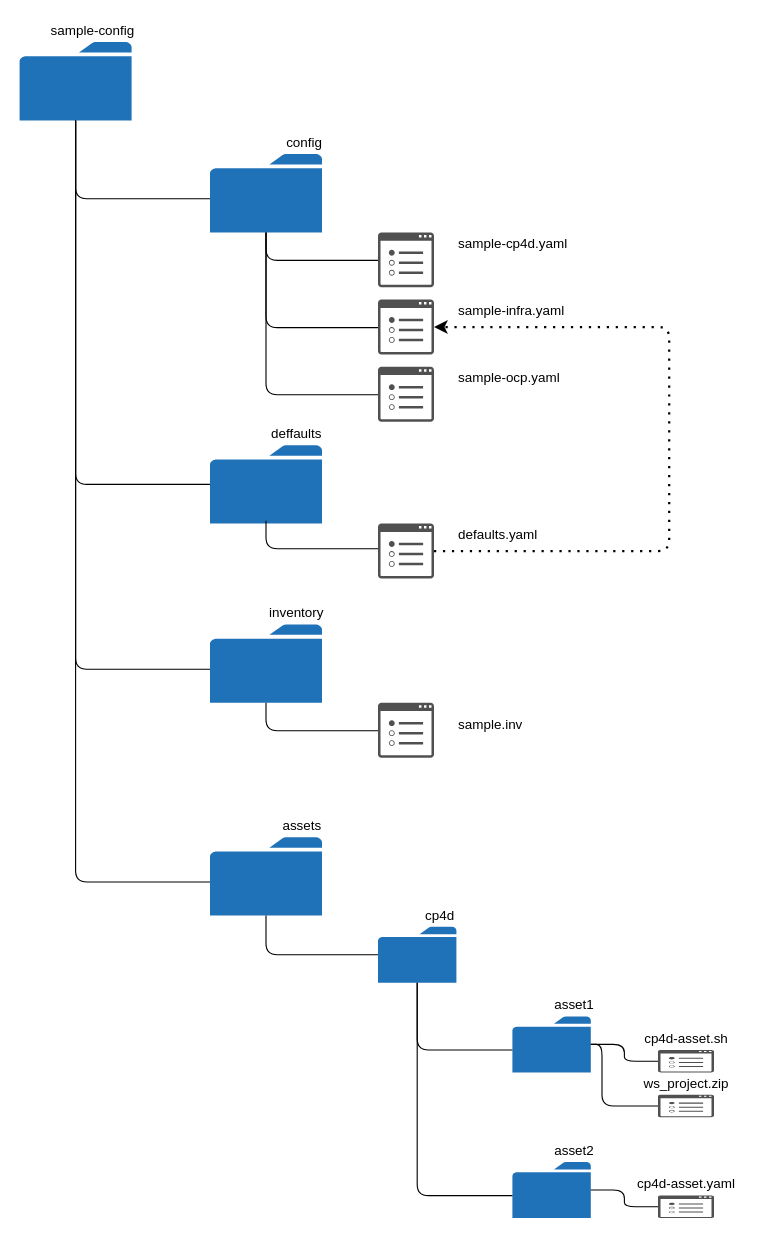
IBM/cloud-pak-deployer keeps this draw.io diagram as doc/src/pages/cp-deploy/configure/directory-structure.drawio. Above is the earlier version. Source tidied: cells renumbered, new cells numbered last; positions are measured from the earlier drawing's top-left corner, leaving out a move shared by most shapes. Both pictures are drawn from the tidied source at 112%, with x=0, y=0 at pixel (19, 19).
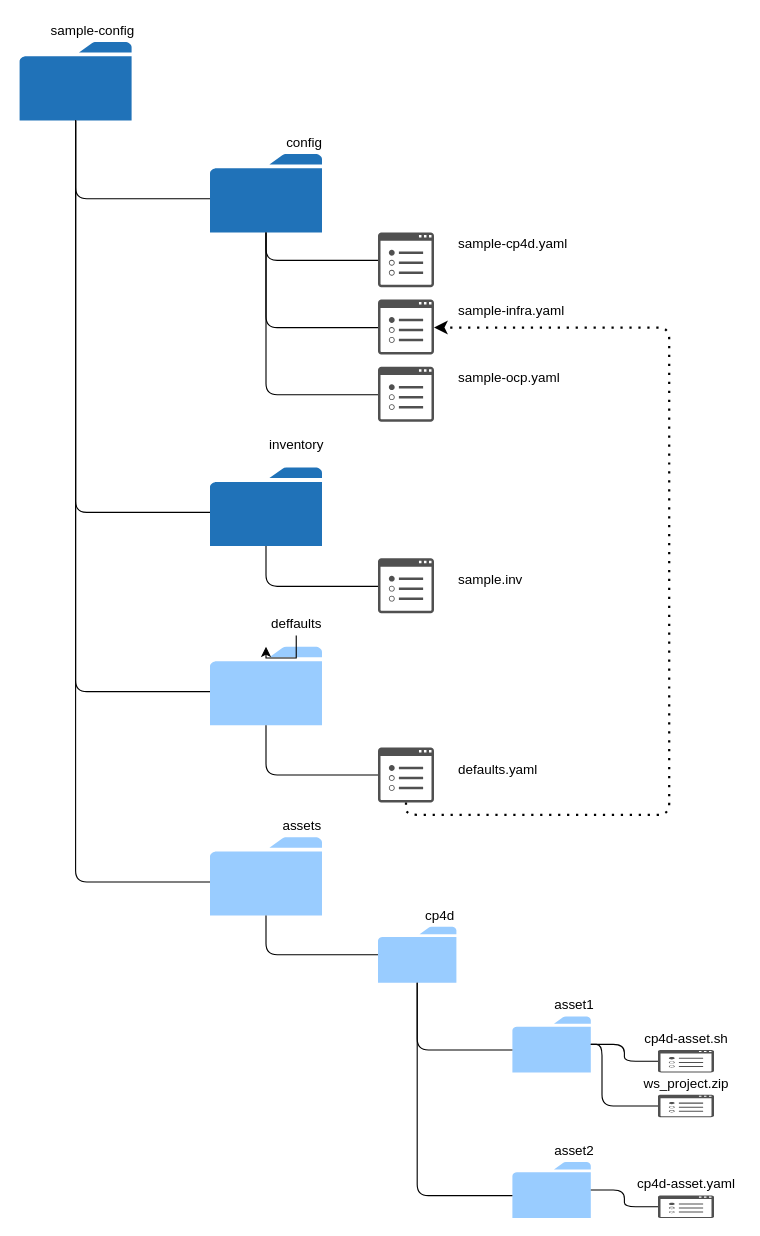
The same diagram, later.

Commit message (it also covers changes not shown here):
Make defaults directory optional

The change refers to these unchanged cells:
```xml
<mxCell id="2" style="sketch=0;shadow=0;dashed=0;html=1;strokeColor=none;labelPosition=center;verticalLabelPosition=bottom;verticalAlign=top;outlineConnect=0;align=center;shape=mxgraph.office.concepts.folder;fillColor=#2072B8;" parent="1" vertex="1">
  <mxGeometry y="20" width="100" height="70" as="geometry" />
</mxCell>
<mxCell id="7" style="sketch=0;shadow=0;dashed=0;html=1;strokeColor=none;fillColor=#505050;labelPosition=center;verticalLabelPosition=bottom;verticalAlign=top;outlineConnect=0;align=center;shape=mxgraph.office.concepts.properties;" parent="1" vertex="1">
  <mxGeometry x="320" y="250" width="50" height="49" as="geometry" />
</mxCell>
```

Diff of the diagram source:
```diff
@@
-    <mxCell id="4" style="sketch=0;shadow=0;dashed=0;html=1;strokeColor=none;labelPosition=center;verticalLabelPosition=bottom;verticalAlign=top;outlineConnect=0;align=center;shape=mxgraph.office.concepts.folder;fillColor=#2072B8;" parent="1" vertex="1">
-      <mxGeometry x="170" y="380" width="100" height="70" as="geometry" />
+    <mxCell id="4" style="sketch=0;shadow=0;dashed=0;html=1;strokeColor=none;labelPosition=center;verticalLabelPosition=bottom;verticalAlign=top;outlineConnect=0;align=center;shape=mxgraph.office.concepts.folder;fillColor=#99CCFF;" parent="1" vertex="1">
+      <mxGeometry x="170" y="560" width="100" height="70" as="geometry" />
     </mxCell>
     <mxCell id="5" style="sketch=0;shadow=0;dashed=0;html=1;strokeColor=none;labelPosition=center;verticalLabelPosition=bottom;verticalAlign=top;outlineConnect=0;align=center;shape=mxgraph.office.concepts.folder;fillColor=#2072B8;" parent="1" vertex="1">
-      <mxGeometry x="170" y="540" width="100" height="70" as="geometry" />
+      <mxGeometry x="170" y="400" width="100" height="70" as="geometry" />
     </mxCell>
@@
     <mxCell id="9" style="sketch=0;shadow=0;dashed=0;html=1;strokeColor=none;fillColor=#505050;labelPosition=center;verticalLabelPosition=bottom;verticalAlign=top;outlineConnect=0;align=center;shape=mxgraph.office.concepts.properties;" parent="1" vertex="1">
-      <mxGeometry x="320" y="450" width="50" height="49" as="geometry" />
+      <mxGeometry x="320" y="481" width="50" height="49" as="geometry" />
     </mxCell>
     <mxCell id="10" style="sketch=0;shadow=0;dashed=0;html=1;strokeColor=none;fillColor=#505050;labelPosition=center;verticalLabelPosition=bottom;verticalAlign=top;outlineConnect=0;align=center;shape=mxgraph.office.concepts.properties;" parent="1" vertex="1">
-      <mxGeometry x="320" y="610" width="50" height="49" as="geometry" />
+      <mxGeometry x="320" y="650" width="50" height="49" as="geometry" />
     </mxCell>
@@
     <mxCell id="14" value="defaults.yaml" style="text;html=1;align=left;verticalAlign=middle;strokeColor=none;fillColor=none;" parent="1" vertex="1">
-      <mxGeometry x="390" y="450" width="90" height="20" as="geometry" />
+      <mxGeometry x="390" y="660" width="90" height="20" as="geometry" />
     </mxCell>
     <mxCell id="15" value="sample.inv" style="text;html=1;align=left;verticalAlign=middle;strokeColor=none;fillColor=none;" parent="1" vertex="1">
-      <mxGeometry x="390" y="620" width="70" height="20" as="geometry" />
+      <mxGeometry x="390" y="490" width="70" height="20" as="geometry" />
     </mxCell>
-    <mxCell id="16" style="endArrow=none;html=1;edgeStyle=orthogonalEdgeStyle;" parent="1" edge="1" source="2" target="4">
+    <mxCell id="16" style="endArrow=none;html=1;edgeStyle=orthogonalEdgeStyle;" parent="1" edge="1" source="2" target="5">
       <mxGeometry relative="1" as="geometry">
         <Array as="points">
-          <mxPoint x="50" y="415" />
+          <mxPoint x="50" y="440" />
         </Array>
       </mxGeometry>
     </mxCell>
@@
-    <mxCell id="18" style="endArrow=none;html=1;edgeStyle=orthogonalEdgeStyle;" parent="1" edge="1" source="2" target="5">
+    <mxCell id="18" style="endArrow=none;html=1;edgeStyle=orthogonalEdgeStyle;" parent="1" edge="1" source="2" target="4">
       <mxGeometry relative="1" as="geometry">
         <Array as="points">
-          <mxPoint x="50" y="580" />
+          <mxPoint x="50" y="600" />
         </Array>
       </mxGeometry>
     </mxCell>
-    <mxCell id="19" style="endArrow=classic;dashed=1;html=1;dashPattern=1 3;strokeWidth=2;edgeStyle=orthogonalEdgeStyle;" parent="1" edge="1" source="9" target="7">
+    <mxCell id="19" style="endArrow=classic;dashed=1;html=1;dashPattern=1 3;strokeWidth=2;edgeStyle=orthogonalEdgeStyle;" parent="1" edge="1" source="10" target="7">
       <mxGeometry relative="1" as="geometry">
         <Array as="points">
-          <mxPoint x="580" y="474.5" />
-          <mxPoint x="580" y="274.5" />
+          <mxPoint x="345" y="710" />
+          <mxPoint x="580" y="710" />
+          <mxPoint x="580" y="275" />
         </Array>
       </mxGeometry>
     </mxCell>
@@
-    <mxCell id="23" style="endArrow=none;html=1;edgeStyle=orthogonalEdgeStyle;" parent="1" edge="1">
+    <mxCell id="23" style="endArrow=none;html=1;edgeStyle=orthogonalEdgeStyle;" parent="1" edge="1" source="5" target="9">
       <mxGeometry relative="1" as="geometry">
-        <mxPoint x="220" y="447.5" as="sourcePoint" />
-        <mxPoint x="320" y="472.5" as="targetPoint" />
         <Array as="points">
-          <mxPoint x="220" y="472.5" />
+          <mxPoint x="220" y="506" />
         </Array>
       </mxGeometry>
     </mxCell>
-    <mxCell id="24" style="endArrow=none;html=1;edgeStyle=orthogonalEdgeStyle;" parent="1" edge="1">
-      <mxGeometry relative="1" as="geometry">
-        <mxPoint x="220" y="610" as="sourcePoint" />
-        <mxPoint x="320" y="635" as="targetPoint" />
-        <Array as="points">
-          <mxPoint x="220" y="635" />
-        </Array>
-      </mxGeometry>
+    <mxCell id="24" style="endArrow=none;html=1;edgeStyle=orthogonalEdgeStyle;" parent="1" edge="1" source="10" target="4">
+      <mxGeometry relative="1" as="geometry" />
     </mxCell>
@@
+    <mxCell id="50" style="edgeStyle=orthogonalEdgeStyle;rounded=0;jettySize=auto;html=1;" parent="1" edge="1" source="26" target="4">
+      <mxGeometry relative="1" as="geometry" />
+    </mxCell>
     <mxCell id="26" value="deffaults" style="text;html=1;align=center;verticalAlign=middle;points=[];fillColor=none;strokeColor=none;rounded=0;" parent="1" vertex="1">
-      <mxGeometry x="217" y="360" width="60" height="20" as="geometry" />
+      <mxGeometry x="217" y="530" width="60" height="20" as="geometry" />
     </mxCell>
     <mxCell id="27" value="inventory" style="text;html=1;align=center;verticalAlign=middle;fillColor=none;strokeColor=none;rounded=0;" parent="1" vertex="1">
-      <mxGeometry x="217" y="520" width="60" height="20" as="geometry" />
+      <mxGeometry x="217" y="370" width="60" height="20" as="geometry" />
     </mxCell>
@@
-    <mxCell id="29" style="sketch=0;shadow=0;dashed=0;html=1;strokeColor=none;labelPosition=center;verticalLabelPosition=bottom;verticalAlign=top;outlineConnect=0;align=center;shape=mxgraph.office.concepts.folder;fillColor=#2072B8;" parent="1" vertex="1">
+    <mxCell id="29" style="sketch=0;shadow=0;dashed=0;html=1;strokeColor=none;labelPosition=center;verticalLabelPosition=bottom;verticalAlign=top;outlineConnect=0;align=center;shape=mxgraph.office.concepts.folder;fillColor=#99CCFF;" parent="1" vertex="1">
       <mxGeometry x="170" y="730" width="100" height="70" as="geometry" />
     </mxCell>
@@
-    <mxCell id="32" style="sketch=0;shadow=0;dashed=0;html=1;strokeColor=none;labelPosition=center;verticalLabelPosition=bottom;verticalAlign=top;outlineConnect=0;align=center;shape=mxgraph.office.concepts.folder;fillColor=#2072B8;" parent="1" vertex="1">
+    <mxCell id="32" style="sketch=0;shadow=0;dashed=0;html=1;strokeColor=none;labelPosition=center;verticalLabelPosition=bottom;verticalAlign=top;outlineConnect=0;align=center;shape=mxgraph.office.concepts.folder;fillColor=#99CCFF;" parent="1" vertex="1">
       <mxGeometry x="320" y="810" width="70" height="50" as="geometry" />
     </mxCell>
@@
-    <mxCell id="34" style="sketch=0;shadow=0;dashed=0;html=1;strokeColor=none;labelPosition=center;verticalLabelPosition=bottom;verticalAlign=top;outlineConnect=0;align=center;shape=mxgraph.office.concepts.folder;fillColor=#2072B8;" parent="1" vertex="1">
+    <mxCell id="34" style="sketch=0;shadow=0;dashed=0;html=1;strokeColor=none;labelPosition=center;verticalLabelPosition=bottom;verticalAlign=top;outlineConnect=0;align=center;shape=mxgraph.office.concepts.folder;fillColor=#99CCFF;" parent="1" vertex="1">
       <mxGeometry x="440" y="890" width="70" height="50" as="geometry" />
     </mxCell>
-    <mxCell id="35" style="sketch=0;shadow=0;dashed=0;html=1;strokeColor=none;labelPosition=center;verticalLabelPosition=bottom;verticalAlign=top;outlineConnect=0;align=center;shape=mxgraph.office.concepts.folder;fillColor=#2072B8;" parent="1" vertex="1">
+    <mxCell id="35" style="sketch=0;shadow=0;dashed=0;html=1;strokeColor=none;labelPosition=center;verticalLabelPosition=bottom;verticalAlign=top;outlineConnect=0;align=center;shape=mxgraph.office.concepts.folder;fillColor=#99CCFF;" parent="1" vertex="1">
       <mxGeometry x="440" y="1020" width="70" height="50" as="geometry" />
     </mxCell>
```
